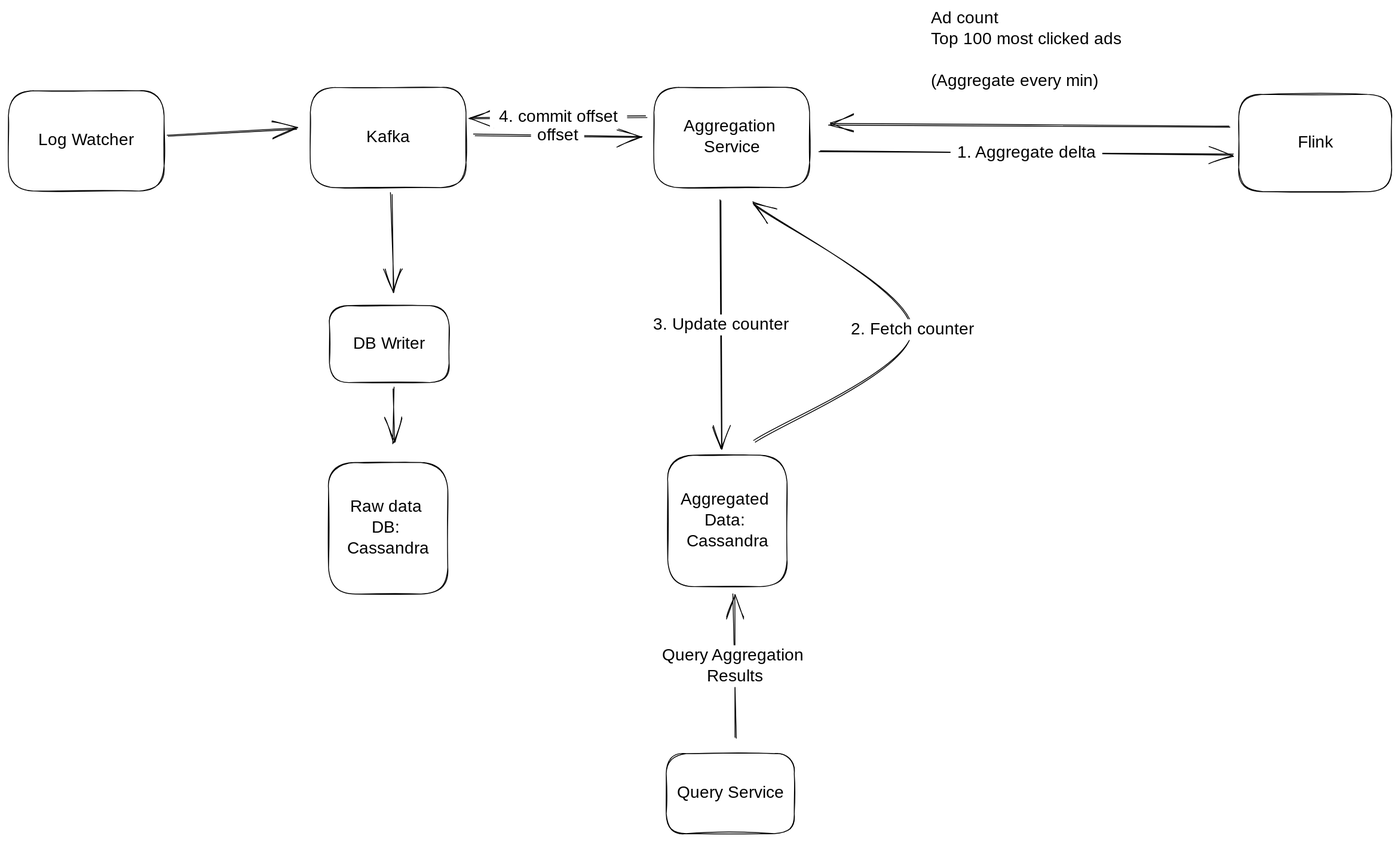
dongzeli95/swe-interview keeps this Excalidraw diagram as .gitbook/assets/file.excalidraw (1) (1) (1).svg. Above is the earlier version. Source tidied: one line per element, renumbered; positions are measured from the earlier drawing's top-left corner, leaving out a move shared by most shapes.
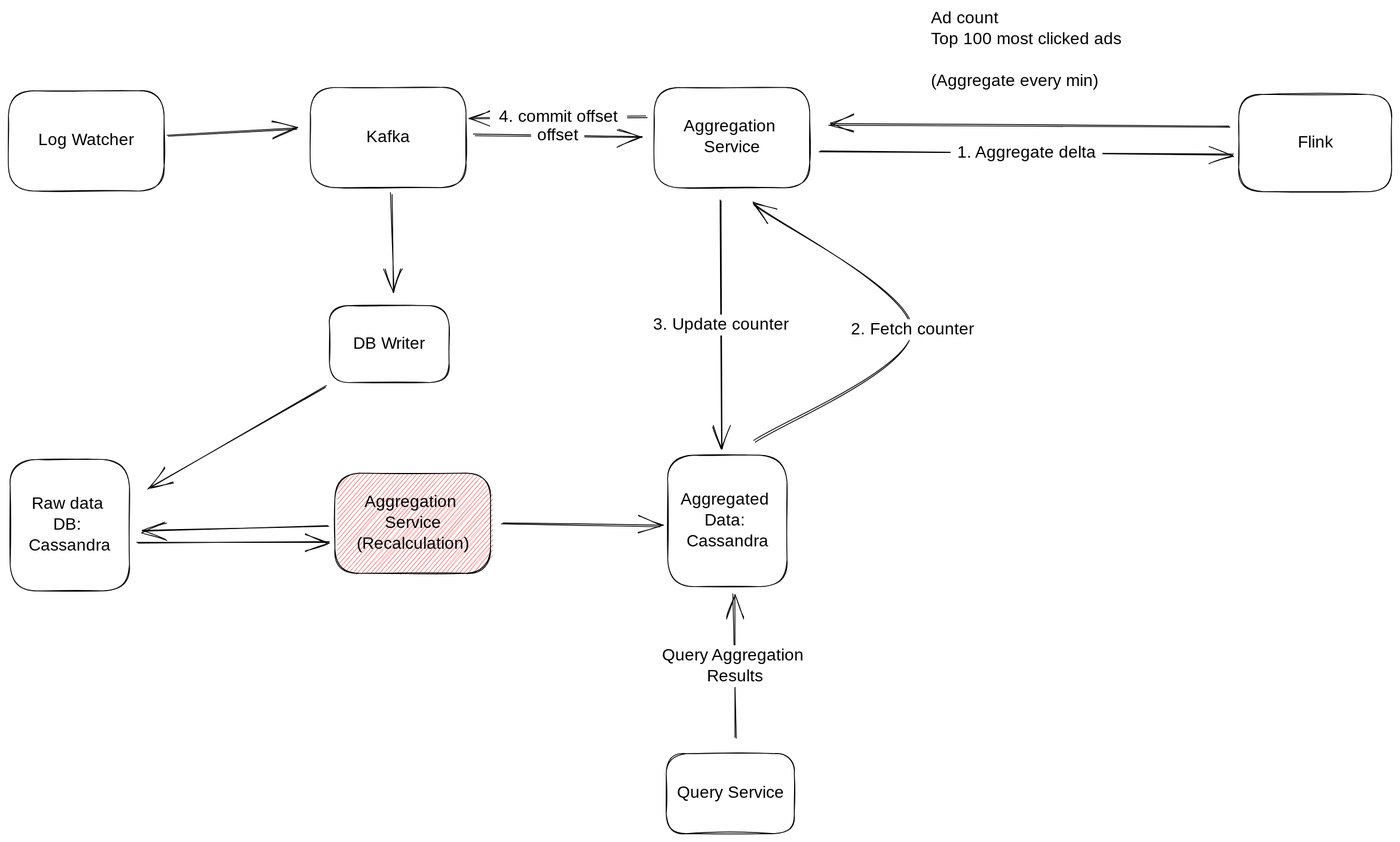
After the commit.

Change to the diagram source:
```diff
@@ -1,33 +1,38 @@
-{"id": 0, "type": "rectangle", "strokeColor": "#000000", "strokeWidth": 1, "roughness": 1, "round": true, "x": 0, "y": 99, "width": 186, "height": 120}
+{"id": 33, "type": "rectangle", "strokeColor": "#000000", "strokeWidth": 1, "roughness": 1, "round": true, "x": -171, "y": -898, "width": 186, "height": 120}
-{"id": 1, "type": "text", "text": "Log Watcher", "strokeColor": "#000000", "strokeWidth": 1, "roughness": 1, "fontSize": 20, "fontFamily": 1, "textAlign": "center", "verticalAlign": "middle", "inside": 0, "x": 32, "y": 146, "width": 122, "height": 25}
+{"id": 1, "type": "text", "text": "Log Watcher", "strokeColor": "#000000", "strokeWidth": 1, "roughness": 1, "fontSize": 20, "fontFamily": 1, "textAlign": "center", "verticalAlign": "middle", "inside": 33, "x": -139, "y": -851, "width": 122, "height": 25}
-{"id": 2, "type": "rectangle", "strokeColor": "#000000", "strokeWidth": 1, "roughness": 1, "round": true, "x": 361, "y": 95, "width": 186, "height": 120}
+{"id": 34, "type": "rectangle", "strokeColor": "#000000", "strokeWidth": 1, "roughness": 1, "round": true, "x": 190, "y": -902, "width": 186, "height": 120}
-{"id": 3, "type": "text", "text": "Kafka", "strokeColor": "#000000", "strokeWidth": 1, "roughness": 1, "fontSize": 20, "fontFamily": 1, "textAlign": "center", "verticalAlign": "middle", "inside": 2, "x": 425, "y": 142, "width": 58, "height": 25}
+{"id": 3, "type": "text", "text": "Kafka", "strokeColor": "#000000", "strokeWidth": 1, "roughness": 1, "fontSize": 20, "fontFamily": 1, "textAlign": "center", "verticalAlign": "middle", "inside": 34, "x": 254, "y": -855, "width": 58, "height": 25}
-{"id": 4, "type": "rectangle", "strokeColor": "#000000", "strokeWidth": 1, "roughness": 1, "round": true, "x": 772, "y": 94, "width": 186, "height": 120}
+{"id": 35, "type": "rectangle", "strokeColor": "#000000", "strokeWidth": 1, "roughness": 1, "round": true, "x": 601, "y": -902, "width": 186, "height": 120}
-{"id": 5, "type": "text", "text": "Aggregation \nService", "strokeColor": "#000000", "strokeWidth": 1, "roughness": 1, "fontSize": 20, "fontFamily": 1, "textAlign": "center", "verticalAlign": "middle", "inside": 4, "x": 804, "y": 129, "width": 122, "height": 50}
+{"id": 5, "type": "text", "text": "Aggregation \nService", "strokeColor": "#000000", "strokeWidth": 1, "roughness": 1, "fontSize": 20, "fontFamily": 1, "textAlign": "center", "verticalAlign": "middle", "inside": 35, "x": 633, "y": -867, "width": 122, "height": 50}
-{"id": 6, "type": "rectangle", "strokeColor": "#000000", "strokeWidth": 1, "roughness": 1, "round": true, "x": 383, "y": 543, "width": 143, "height": 157}
+{"id": 36, "type": "rectangle", "strokeColor": "#000000", "strokeWidth": 1, "roughness": 1, "round": true, "x": -169, "y": -457, "width": 143, "height": 157}
-{"id": 7, "type": "text", "text": "Raw data \nDB: \nCassandra", "strokeColor": "#000000", "strokeWidth": 1, "roughness": 1, "fontSize": 20, "fontFamily": 1, "textAlign": "center", "verticalAlign": "middle", "inside": 6, "x": 400, "y": 584, "width": 108, "height": 75}
+{"id": 7, "type": "text", "text": "Raw data \nDB: \nCassandra", "strokeColor": "#000000", "strokeWidth": 1, "roughness": 1, "fontSize": 20, "fontFamily": 1, "textAlign": "center", "verticalAlign": "middle", "inside": 36, "x": -152, "y": -416, "width": 108, "height": 75}
-{"id": 8, "type": "rectangle", "strokeColor": "#000000", "strokeWidth": 1, "roughness": 1, "round": true, "x": 384, "y": 356, "width": 143, "height": 92}
+{"id": 37, "type": "rectangle", "strokeColor": "#000000", "strokeWidth": 1, "roughness": 1, "round": true, "x": 213, "y": -641, "width": 143, "height": 92}
-{"id": 9, "type": "text", "text": "DB Writer", "strokeColor": "#000000", "strokeWidth": 1, "roughness": 1, "fontSize": 20, "fontFamily": 1, "textAlign": "center", "verticalAlign": "middle", "inside": 8, "x": 406, "y": 389, "width": 99, "height": 25}
+{"id": 9, "type": "text", "text": "DB Writer", "strokeColor": "#000000", "strokeWidth": 1, "roughness": 1, "fontSize": 20, "fontFamily": 1, "textAlign": "center", "verticalAlign": "middle", "inside": 37, "x": 235, "y": -608, "width": 99, "height": 25}
-{"id": 10, "type": "arrow", "strokeColor": "#000000", "strokeWidth": 1, "roughness": 1, "endArrowhead": "arrow", "round": true, "from": 0, "to": 2, "x": 190, "y": 153, "width": 153, "height": 10, "points": [[0, 0], [153, -10]]}
-{"id": 11, "type": "arrow", "strokeColor": "#000000", "strokeWidth": 1, "roughness": 1, "endArrowhead": "arrow", "round": true, "from": 2, "to": 8, "x": 457, "y": 221, "width": 4, "height": 117, "points": [[0, 0], [4, 117]]}
-{"id": 12, "type": "arrow", "strokeColor": "#000000", "strokeWidth": 1, "roughness": 1, "endArrowhead": "arrow", "round": true, "from": 8, "to": 6, "x": 461, "y": 454, "width": 0, "height": 67, "points": [[0, 0], [0, 67]]}
-{"id": 13, "type": "arrow", "strokeColor": "#000000", "strokeWidth": 1, "roughness": 1, "endArrowhead": "arrow", "round": true, "from": 2, "to": 4, "x": 556, "y": 151, "width": 200, "height": 3, "points": [[0, 0], [200, 3]]}
+{"id": 38, "type": "arrow", "strokeColor": "#000000", "strokeWidth": 1, "roughness": 1, "endArrowhead": "arrow", "round": true, "from": 33, "to": 34, "x": 20, "y": -843, "width": 153, "height": 10, "points": [[0, 0], [153, -10]]}
+{"id": 39, "type": "arrow", "strokeColor": "#000000", "strokeWidth": 1, "roughness": 1, "endArrowhead": "arrow", "round": true, "from": 34, "to": 37, "x": 286, "y": -776, "width": 4, "height": 117, "points": [[0, 0], [4, 117]]}
+{"id": 40, "type": "arrow", "strokeColor": "#000000", "strokeWidth": 1, "roughness": 1, "endArrowhead": "arrow", "round": true, "from": 37, "to": 36, "x": 209, "y": -545, "width": 212, "height": 123, "points": [[0, 0], [-212, 123]]}
+{"id": 41, "type": "arrow", "strokeColor": "#000000", "strokeWidth": 1, "roughness": 1, "endArrowhead": "arrow", "round": true, "from": 34, "to": 35, "x": 386, "y": -845, "width": 200, "height": 3, "points": [[0, 0], [200, 3]]}
-{"id": 14, "type": "text", "text": "offset", "strokeColor": "#000000", "strokeWidth": 1, "roughness": 1, "fontSize": 20, "fontFamily": 1, "textAlign": "center", "verticalAlign": "middle", "inside": 13, "x": 625, "y": 140, "width": 64, "height": 25}
+{"id": 14, "type": "text", "text": "offset", "strokeColor": "#000000", "strokeWidth": 1, "roughness": 1, "fontSize": 20, "fontFamily": 1, "textAlign": "center", "verticalAlign": "middle", "inside": 41, "x": -46, "y": -356, "width": 64, "height": 25}
-{"id": 15, "type": "rectangle", "strokeColor": "#000000", "strokeWidth": 1, "roughness": 1, "round": true, "x": 1471, "y": 103, "width": 183, "height": 116}
+{"id": 42, "type": "rectangle", "strokeColor": "#000000", "strokeWidth": 1, "roughness": 1, "round": true, "x": 1300, "y": -894, "width": 183, "height": 116}
-{"id": 16, "type": "text", "text": "Flink", "strokeColor": "#000000", "strokeWidth": 1, "roughness": 1, "fontSize": 20, "fontFamily": 1, "textAlign": "center", "verticalAlign": "middle", "inside": 15, "x": 1542, "y": 149, "width": 40, "height": 25}
+{"id": 16, "type": "text", "text": "Flink", "strokeColor": "#000000", "strokeWidth": 1, "roughness": 1, "fontSize": 20, "fontFamily": 1, "textAlign": "center", "verticalAlign": "middle", "inside": 42, "x": 1371, "y": -848, "width": 40, "height": 25}
-{"id": 17, "type": "rectangle", "strokeColor": "#000000", "strokeWidth": 1, "roughness": 1, "round": true, "x": 788, "y": 534, "width": 143, "height": 157}
+{"id": 43, "type": "rectangle", "strokeColor": "#000000", "strokeWidth": 1, "roughness": 1, "round": true, "x": 617, "y": -462, "width": 143, "height": 157}
-{"id": 18, "type": "text", "text": "Aggregated \nData: \nCassandra", "strokeColor": "#000000", "strokeWidth": 1, "roughness": 1, "fontSize": 20, "fontFamily": 1, "textAlign": "center", "verticalAlign": "middle", "inside": 17, "x": 800, "y": 576, "width": 120, "height": 75}
+{"id": 18, "type": "text", "text": "Aggregated \nData: \nCassandra", "strokeColor": "#000000", "strokeWidth": 1, "roughness": 1, "fontSize": 20, "fontFamily": 1, "textAlign": "center", "verticalAlign": "middle", "inside": 43, "x": 629, "y": -421, "width": 120, "height": 75}
-{"id": 19, "type": "arrow", "strokeColor": "#000000", "strokeWidth": 1, "roughness": 1, "endArrowhead": "arrow", "round": true, "from": 4, "to": 15, "x": 970, "y": 171, "width": 495, "height": 3, "points": [[0, 0], [495, 3]]}
+{"id": 44, "type": "arrow", "strokeColor": "#000000", "strokeWidth": 1, "roughness": 1, "endArrowhead": "arrow", "round": true, "from": 35, "to": 42, "x": 799, "y": -825, "width": 495, "height": 3, "points": [[0, 0], [495, 3]]}
-{"id": 20, "type": "text", "text": "1. Aggregate delta", "strokeColor": "#000000", "strokeWidth": 1, "roughness": 1, "fontSize": 20, "fontFamily": 1, "textAlign": "center", "verticalAlign": "middle", "inside": 19, "x": 954, "y": 158, "width": 181, "height": 25}
+{"id": 20, "type": "text", "text": "1. Aggregate delta", "strokeColor": "#000000", "strokeWidth": 1, "roughness": 1, "fontSize": 20, "fontFamily": 1, "textAlign": "center", "verticalAlign": "middle", "inside": 44, "x": -29, "y": -27, "width": 181, "height": 25}
-{"id": 21, "type": "arrow", "strokeColor": "#000000", "strokeWidth": 1, "roughness": 1, "endArrowhead": "arrow", "round": true, "from": 15, "to": 4, "x": 1459, "y": 142, "width": 478, "height": 3, "points": [[0, 0], [-478, -3]]}
-{"id": 22, "type": "arrow", "strokeColor": "#000000", "strokeWidth": 1, "roughness": 1, "endArrowhead": "arrow", "round": true, "from": 4, "to": 17, "x": 851, "y": 230, "width": 1, "height": 297, "points": [[0, 0], [1, 297]]}
+{"id": 45, "type": "arrow", "strokeColor": "#000000", "strokeWidth": 1, "roughness": 1, "endArrowhead": "arrow", "round": true, "from": 42, "to": 35, "x": 1288, "y": -854, "width": 478, "height": 3, "points": [[0, 0], [-478, -3]]}
+{"id": 46, "type": "arrow", "strokeColor": "#000000", "strokeWidth": 1, "roughness": 1, "endArrowhead": "arrow", "round": true, "from": 35, "to": 43, "x": 680, "y": -766, "width": 1, "height": 297, "points": [[0, 0], [1, 297]]}
-{"id": 23, "type": "text", "text": "3. Update counter", "strokeColor": "#000000", "strokeWidth": 1, "roughness": 1, "fontSize": 20, "fontFamily": 1, "textAlign": "center", "verticalAlign": "middle", "inside": 22, "x": 760, "y": 366, "width": 183, "height": 25}
+{"id": 23, "type": "text", "text": "3. Update counter", "strokeColor": "#000000", "strokeWidth": 1, "roughness": 1, "fontSize": 20, "fontFamily": 1, "textAlign": "center", "verticalAlign": "middle", "inside": 46, "x": 180, "y": -221, "width": 183, "height": 25}
-{"id": 24, "type": "arrow", "strokeColor": "#000000", "strokeWidth": 1, "roughness": 1, "endArrowhead": "arrow", "round": true, "from": 17, "to": 4, "x": 891, "y": 518, "width": 189, "height": 284, "points": [[0, 0], [189, -134], [0, -284]]}
+{"id": 47, "type": "arrow", "strokeColor": "#000000", "strokeWidth": 1, "roughness": 1, "endArrowhead": "arrow", "round": true, "from": 43, "to": 35, "x": 720, "y": -479, "width": 189, "height": 283, "points": [[0, 0], [189, -134], [0, -283]]}
-{"id": 25, "type": "text", "text": "2. Fetch counter", "strokeColor": "#000000", "strokeWidth": 1, "roughness": 1, "fontSize": 20, "fontFamily": 1, "textAlign": "center", "verticalAlign": "middle", "inside": 24, "x": 998, "y": 372, "width": 166, "height": 25}
+{"id": 25, "type": "text", "text": "2. Fetch counter", "strokeColor": "#000000", "strokeWidth": 1, "roughness": 1, "fontSize": 20, "fontFamily": 1, "textAlign": "center", "verticalAlign": "middle", "inside": 47, "x": 185, "y": 17, "width": 166, "height": 25}
-{"id": 26, "type": "rectangle", "strokeColor": "#000000", "strokeWidth": 1, "roughness": 1, "round": true, "x": 786, "y": 891, "width": 153, "height": 96}
+{"id": 48, "type": "rectangle", "strokeColor": "#000000", "strokeWidth": 1, "roughness": 1, "round": true, "x": 616, "y": -105, "width": 153, "height": 96}
-{"id": 27, "type": "text", "text": "Query Service", "strokeColor": "#000000", "strokeWidth": 1, "roughness": 1, "fontSize": 20, "fontFamily": 1, "textAlign": "center", "verticalAlign": "middle", "inside": 26, "x": 797, "y": 927, "width": 132, "height": 25}
+{"id": 27, "type": "text", "text": "Query Service", "strokeColor": "#000000", "strokeWidth": 1, "roughness": 1, "fontSize": 20, "fontFamily": 1, "textAlign": "center", "verticalAlign": "middle", "inside": 48, "x": 626, "y": -70, "width": 132, "height": 25}
-{"id": 28, "type": "arrow", "strokeColor": "#000000", "strokeWidth": 1, "roughness": 1, "endArrowhead": "arrow", "round": true, "from": 26, "to": 17, "x": 870, "y": 873, "width": 3, "height": 172, "points": [[0, 0], [-3, -172]]}
+{"id": 49, "type": "arrow", "strokeColor": "#000000", "strokeWidth": 1, "roughness": 1, "endArrowhead": "arrow", "round": true, "from": 48, "to": 43, "x": 699, "y": -124, "width": 3, "height": 172, "points": [[0, 0], [-3, -172]]}
-{"id": 29, "type": "text", "text": "Query Aggregation \nResults", "strokeColor": "#000000", "strokeWidth": 1, "roughness": 1, "fontSize": 20, "fontFamily": 1, "textAlign": "center", "verticalAlign": "middle", "inside": 28, "x": 775, "y": 762, "width": 187, "height": 50}
+{"id": 29, "type": "text", "text": "Query Aggregation \nResults", "strokeColor": "#000000", "strokeWidth": 1, "roughness": 1, "fontSize": 20, "fontFamily": 1, "textAlign": "center", "verticalAlign": "middle", "inside": 49, "x": 575, "y": -206, "width": 187, "height": 50}
-{"id": 30, "type": "text", "text": "Ad count\nTop 100 most clicked ads\n\n(Aggregate every min)", "strokeColor": "#000000", "strokeWidth": 1, "roughness": 1, "fontSize": 20, "fontFamily": 1, "x": 1103, "y": 0, "width": 253, "height": 100}
+{"id": 30, "type": "text", "text": "Ad count\nTop 100 most clicked ads\n\n(Aggregate every min)", "strokeColor": "#000000", "strokeWidth": 1, "roughness": 1, "fontSize": 20, "fontFamily": 1, "x": 932, "y": -997, "width": 253, "height": 100}
-{"id": 31, "type": "arrow", "strokeColor": "#000000", "strokeWidth": 1, "roughness": 1, "endArrowhead": "arrow", "round": true, "from": 4, "to": 2, "x": 762, "y": 130, "width": 210, "height": 2, "points": [[0, 0], [-210, 2]]}
+{"id": 50, "type": "arrow", "strokeColor": "#000000", "strokeWidth": 1, "roughness": 1, "endArrowhead": "arrow", "round": true, "from": 35, "to": 34, "x": 592, "y": -867, "width": 210, "height": 2, "points": [[0, 0], [-210, 2]]}
-{"id": 32, "type": "text", "text": "4. commit offset", "strokeColor": "#000000", "strokeWidth": 1, "roughness": 1, "fontSize": 20, "fontFamily": 1, "textAlign": "center", "verticalAlign": "middle", "inside": 31, "x": 575, "y": 118, "width": 164, "height": 25}
+{"id": 32, "type": "text", "text": "4. commit offset", "strokeColor": "#000000", "strokeWidth": 1, "roughness": 1, "fontSize": 20, "fontFamily": 1, "textAlign": "center", "verticalAlign": "middle", "inside": 50, "x": -69, "y": -405, "width": 164, "height": 25}
+{"id": 51, "type": "rectangle", "strokeColor": "#000000", "backgroundColor": "#fa5252", "fillStyle": "hachure", "strokeWidth": 1, "roughness": 1, "round": true, "x": 220, "y": -441, "width": 186, "height": 120}
+{"id": 52, "type": "text", "text": "Aggregation \nService\n(Recalculation)", "strokeColor": "#000000", "strokeWidth": 1, "roughness": 1, "fontSize": 20, "fontFamily": 1, "textAlign": "center", "verticalAlign": "middle", "inside": 51, "x": 240, "y": -418, "width": 144, "height": 75}
+{"id": 53, "type": "arrow", "strokeColor": "#000000", "strokeWidth": 1, "roughness": 1, "endArrowhead": "arrow", "round": true, "from": 51, "to": 36, "x": 212, "y": -378, "width": 224, "height": 6, "points": [[0, 0], [-224, 6]]}
+{"id": 54, "type": "arrow", "strokeColor": "#000000", "strokeWidth": 1, "roughness": 1, "endArrowhead": "arrow", "round": true, "from": 36, "to": 51, "x": -16, "y": -357, "width": 229, "height": 1, "points": [[0, 0], [229, -1]]}
+{"id": 55, "type": "arrow", "strokeColor": "#000000", "strokeWidth": 1, "roughness": 1, "endArrowhead": "arrow", "round": true, "from": 51, "to": 43, "x": 419, "y": -380, "width": 190, "height": 3, "points": [[0, 0], [190, 3]]}
```
